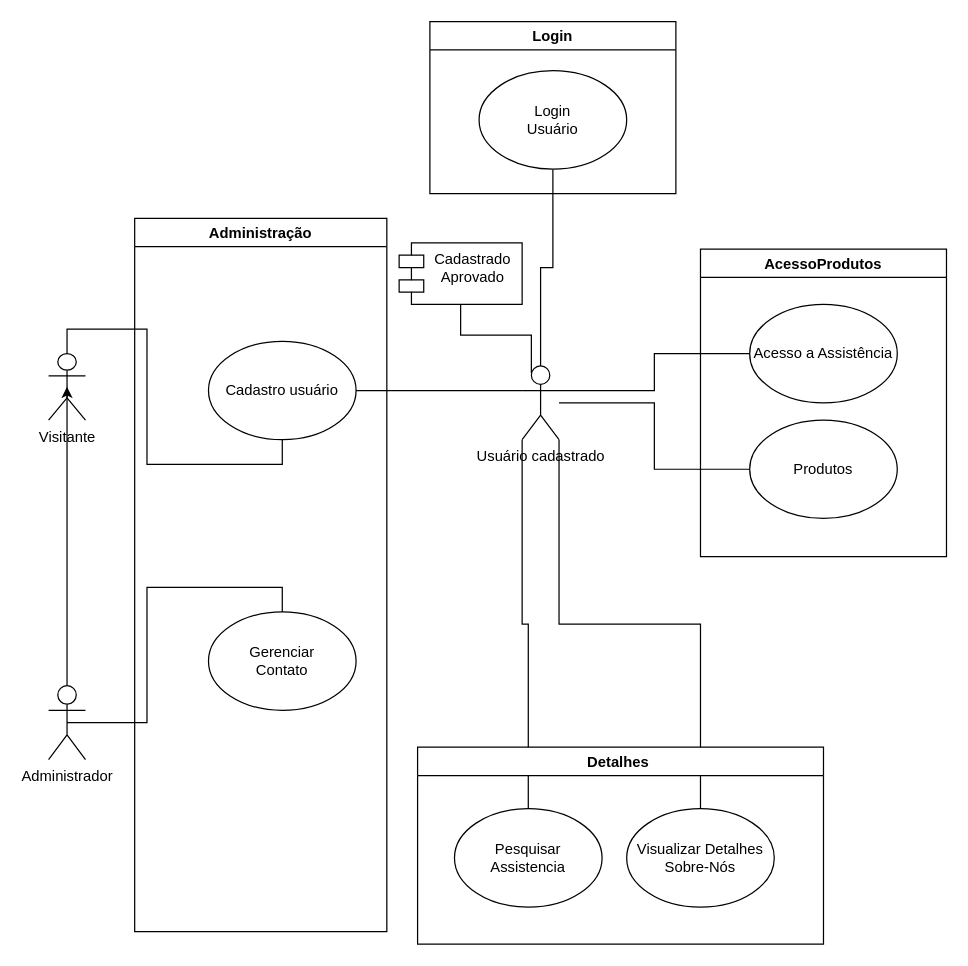
FlavioCandidoSilva/2020_1_POO keeps this draw.io diagram as page "Página-1" (1 of 3) of Questões/Diagrama sem título.drawio. Above is the earlier version. Source tidied: cells renumbered, new cells numbered last; positions are measured from the earlier drawing's top-left corner, leaving out a move shared by most shapes. Both pictures are drawn from the tidied source at 123%, with x=0, y=0 at pixel (48, 21).
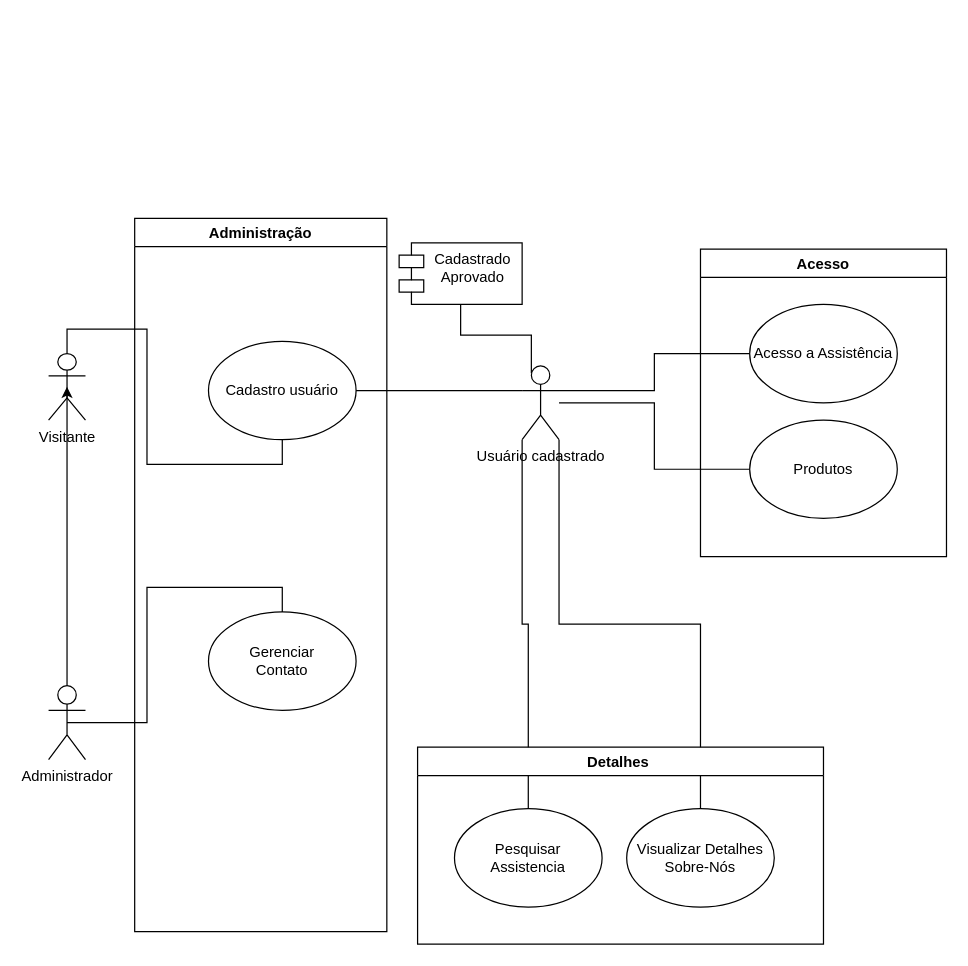
After the change.

The change refers to these unchanged cells:
```xml
<mxCell id="12" value="Usuário cadastrado" style="shape=umlActor;verticalLabelPosition=bottom;verticalAlign=top;html=1;outlineConnect=0;" parent="1" vertex="1">
  <mxGeometry x="385" y="280" width="30" height="60" as="geometry" />
</mxCell>
```

The edit, as a diff of the source:
```diff
@@
-    <mxCell id="11" style="edgeStyle=orthogonalEdgeStyle;rounded=0;jettySize=auto;html=1;exitX=0.5;exitY=0;exitDx=0;exitDy=0;exitPerimeter=0;startArrow=none;startFill=0;endArrow=none;endFill=0;strokeColor=default;" parent="1" edge="1" source="12" target="23">
-      <mxGeometry relative="1" as="geometry" />
-    </mxCell>
@@
-    <mxCell id="21" value="AcessoProdutos" style="swimlane;" parent="1" vertex="1">
+    <mxCell id="21" value="Acesso" style="swimlane;" parent="1" vertex="1">
       <mxGeometry x="530" y="185" width="200" height="250" as="geometry" />
     </mxCell>
-    <mxCell id="22" value="Login" style="swimlane;" parent="1" vertex="1">
-      <mxGeometry x="310" width="200" height="140" as="geometry" />
-    </mxCell>
-    <mxCell id="23" value="Login&lt;br&gt;Usuário" style="ellipse;whiteSpace=wrap;html=1;" parent="22" vertex="1">
-      <mxGeometry x="40" y="40" width="120" height="80" as="geometry" />
-    </mxCell>
```
